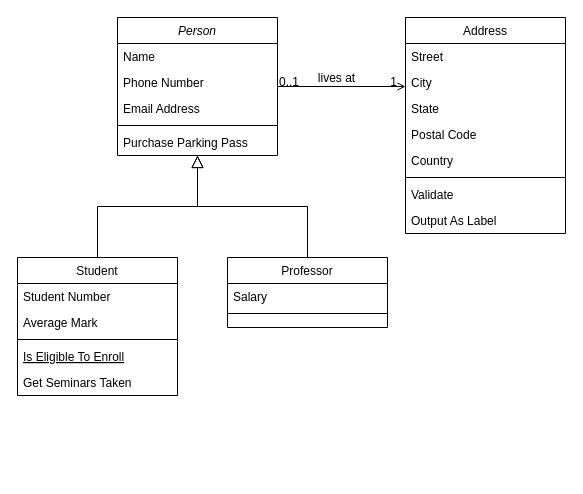
Above: class-diagram.drawio in sapire/3D-Sculpting (draw.io), before the change. Source tidied: cells renumbered, new cells numbered last; positions are measured from the earlier drawing's top-left corner, leaving out a move shared by most shapes. Both pictures are drawn from the tidied source at 100%, with x=0, y=0 at pixel (17, 17).
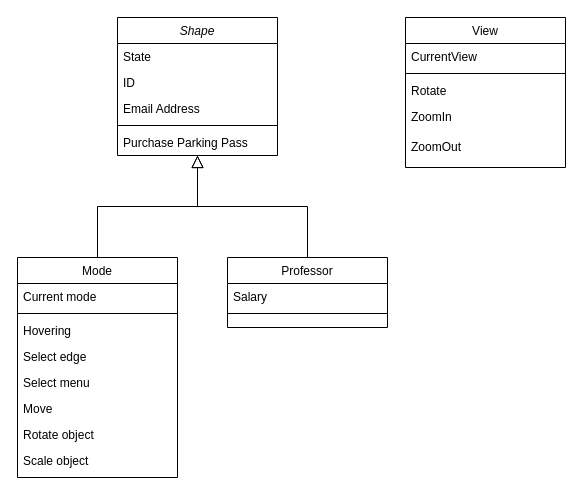
Above is the later version.

Change to the diagram source:
```diff
@@
-    <mxCell id="2" value="Person" style="swimlane;fontStyle=2;align=center;verticalAlign=top;horizontal=1;startSize=26;rounded=0;shadow=0;strokeWidth=1;" parent="1" vertex="1">
+    <mxCell id="2" value="Shape" style="swimlane;fontStyle=2;align=center;verticalAlign=top;horizontal=1;startSize=26;rounded=0;shadow=0;strokeWidth=1;" parent="1" vertex="1">
       <mxGeometry x="100" width="160" height="138" as="geometry" />
     </mxCell>
-    <mxCell id="3" value="Name" style="text;align=left;verticalAlign=top;spacingLeft=4;spacingRight=4;overflow=hidden;" parent="2" vertex="1">
+    <mxCell id="3" value="State" style="text;align=left;verticalAlign=top;spacingLeft=4;spacingRight=4;overflow=hidden;" parent="2" vertex="1">
       <mxGeometry y="26" width="160" height="26" as="geometry" />
     </mxCell>
-    <mxCell id="4" value="Phone Number" style="text;align=left;verticalAlign=top;spacingLeft=4;spacingRight=4;overflow=hidden;rounded=0;shadow=0;html=0;" parent="2" vertex="1">
+    <mxCell id="4" value="ID" style="text;align=left;verticalAlign=top;spacingLeft=4;spacingRight=4;overflow=hidden;rounded=0;shadow=0;html=0;" parent="2" vertex="1">
       <mxGeometry y="52" width="160" height="26" as="geometry" />
     </mxCell>
@@
-    <mxCell id="8" value="Student" style="swimlane;fontStyle=0;align=center;verticalAlign=top;horizontal=1;startSize=26;rounded=0;shadow=0;strokeWidth=1;" parent="1" vertex="1">
-      <mxGeometry y="240" width="160" height="138" as="geometry" />
+    <mxCell id="8" value="Mode" style="swimlane;fontStyle=0;align=center;verticalAlign=top;horizontal=1;startSize=26;rounded=0;shadow=0;strokeWidth=1;" parent="1" vertex="1">
+      <mxGeometry y="240" width="160" height="220" as="geometry" />
     </mxCell>
-    <mxCell id="9" value="Student Number" style="text;align=left;verticalAlign=top;spacingLeft=4;spacingRight=4;overflow=hidden;" parent="8" vertex="1">
+    <mxCell id="9" value="Current mode" style="text;align=left;verticalAlign=top;spacingLeft=4;spacingRight=4;overflow=hidden;" parent="8" vertex="1">
       <mxGeometry y="26" width="160" height="26" as="geometry" />
     </mxCell>
-    <mxCell id="10" value="Average Mark" style="text;align=left;verticalAlign=top;spacingLeft=4;spacingRight=4;overflow=hidden;rounded=0;shadow=0;html=0;" parent="8" vertex="1">
-      <mxGeometry y="52" width="160" height="26" as="geometry" />
-    </mxCell>
     <mxCell id="11" style="line;html=1;strokeWidth=1;align=left;verticalAlign=middle;spacingTop=-1;spacingLeft=3;spacingRight=3;labelPosition=right;" parent="8" vertex="1">
-      <mxGeometry y="78" width="160" height="8" as="geometry" />
+      <mxGeometry y="52" width="160" height="8" as="geometry" />
     </mxCell>
-    <mxCell id="12" value="Is Eligible To Enroll" style="text;align=left;verticalAlign=top;spacingLeft=4;spacingRight=4;overflow=hidden;fontStyle=4;" parent="8" vertex="1">
-      <mxGeometry y="86" width="160" height="26" as="geometry" />
-    </mxCell>
-    <mxCell id="13" value="Get Seminars Taken" style="text;align=left;verticalAlign=top;spacingLeft=4;spacingRight=4;overflow=hidden;" parent="8" vertex="1">
-      <mxGeometry y="112" width="160" height="26" as="geometry" />
+    <mxCell id="13" value="Hovering" style="text;align=left;verticalAlign=top;spacingLeft=4;spacingRight=4;overflow=hidden;" parent="8" vertex="1">
+      <mxGeometry y="60" width="160" height="26" as="geometry" />
     </mxCell>
+    <mxCell id="32" value="Select edge" style="text;align=left;verticalAlign=top;spacingLeft=4;spacingRight=4;overflow=hidden;" parent="8" vertex="1">
+      <mxGeometry y="86" width="160" height="26" as="geometry" />
+    </mxCell>
+    <mxCell id="33" value="Select menu" style="text;align=left;verticalAlign=top;spacingLeft=4;spacingRight=4;overflow=hidden;" parent="8" vertex="1">
+      <mxGeometry y="112" width="160" height="26" as="geometry" />
+    </mxCell>
+    <mxCell id="34" value="Move " style="text;align=left;verticalAlign=top;spacingLeft=4;spacingRight=4;overflow=hidden;" parent="8" vertex="1">
+      <mxGeometry y="138" width="160" height="26" as="geometry" />
+    </mxCell>
+    <mxCell id="35" value="Rotate object" style="text;align=left;verticalAlign=top;spacingLeft=4;spacingRight=4;overflow=hidden;" parent="8" vertex="1">
+      <mxGeometry y="164" width="160" height="26" as="geometry" />
+    </mxCell>
+    <mxCell id="36" value="Scale object" style="text;align=left;verticalAlign=top;spacingLeft=4;spacingRight=4;overflow=hidden;" parent="8" vertex="1">
+      <mxGeometry y="190" width="160" height="26" as="geometry" />
+    </mxCell>
@@
-    <mxCell id="19" value="Address" style="swimlane;fontStyle=0;align=center;verticalAlign=top;horizontal=1;startSize=26;rounded=0;shadow=0;strokeWidth=1;" parent="1" vertex="1">
-      <mxGeometry x="388" width="160" height="216" as="geometry" />
+    <mxCell id="19" value="View" style="swimlane;fontStyle=0;align=center;verticalAlign=top;horizontal=1;startSize=26;rounded=0;shadow=0;strokeWidth=1;" parent="1" vertex="1">
+      <mxGeometry x="388" width="160" height="150" as="geometry" />
     </mxCell>
-    <mxCell id="20" value="Street" style="text;align=left;verticalAlign=top;spacingLeft=4;spacingRight=4;overflow=hidden;" parent="19" vertex="1">
+    <mxCell id="20" value="CurrentView" style="text;align=left;verticalAlign=top;spacingLeft=4;spacingRight=4;overflow=hidden;" parent="19" vertex="1">
       <mxGeometry y="26" width="160" height="26" as="geometry" />
     </mxCell>
-    <mxCell id="21" value="City" style="text;align=left;verticalAlign=top;spacingLeft=4;spacingRight=4;overflow=hidden;rounded=0;shadow=0;html=0;" parent="19" vertex="1">
-      <mxGeometry y="52" width="160" height="26" as="geometry" />
-    </mxCell>
-    <mxCell id="22" value="State" style="text;align=left;verticalAlign=top;spacingLeft=4;spacingRight=4;overflow=hidden;rounded=0;shadow=0;html=0;" parent="19" vertex="1">
-      <mxGeometry y="78" width="160" height="26" as="geometry" />
-    </mxCell>
-    <mxCell id="23" value="Postal Code" style="text;align=left;verticalAlign=top;spacingLeft=4;spacingRight=4;overflow=hidden;rounded=0;shadow=0;html=0;" parent="19" vertex="1">
-      <mxGeometry y="104" width="160" height="26" as="geometry" />
-    </mxCell>
-    <mxCell id="24" value="Country" style="text;align=left;verticalAlign=top;spacingLeft=4;spacingRight=4;overflow=hidden;rounded=0;shadow=0;html=0;" parent="19" vertex="1">
-      <mxGeometry y="130" width="160" height="26" as="geometry" />
-    </mxCell>
     <mxCell id="25" style="line;html=1;strokeWidth=1;align=left;verticalAlign=middle;spacingTop=-1;spacingLeft=3;spacingRight=3;labelPosition=right;" parent="19" vertex="1">
-      <mxGeometry y="156" width="160" height="8" as="geometry" />
+      <mxGeometry y="52" width="160" height="8" as="geometry" />
     </mxCell>
-    <mxCell id="26" value="Validate" style="text;align=left;verticalAlign=top;spacingLeft=4;spacingRight=4;overflow=hidden;" parent="19" vertex="1">
-      <mxGeometry y="164" width="160" height="26" as="geometry" />
+    <mxCell id="26" value="Rotate" style="text;align=left;verticalAlign=top;spacingLeft=4;spacingRight=4;overflow=hidden;" parent="19" vertex="1">
+      <mxGeometry y="60" width="160" height="26" as="geometry" />
     </mxCell>
-    <mxCell id="27" value="Output As Label" style="text;align=left;verticalAlign=top;spacingLeft=4;spacingRight=4;overflow=hidden;" parent="19" vertex="1">
-      <mxGeometry y="190" width="160" height="26" as="geometry" />
+    <mxCell id="27" value="ZoomIn" style="text;align=left;verticalAlign=top;spacingLeft=4;spacingRight=4;overflow=hidden;" parent="19" vertex="1">
+      <mxGeometry y="86" width="160" height="30" as="geometry" />
     </mxCell>
-    <mxCell id="28" style="endArrow=open;shadow=0;strokeWidth=1;rounded=0;endFill=1;edgeStyle=elbowEdgeStyle;elbow=vertical;" parent="1" edge="1" source="2" target="19">
-      <mxGeometry x="0.5" y="41" relative="1" as="geometry">
-        <mxPoint x="-40" y="32" as="offset" />
-      </mxGeometry>
-    </mxCell>
-    <mxCell id="29" value="0..1" style="align=left;verticalAlign=bottom;labelBackgroundColor=none;fontSize=12;" parent="28" vertex="1">
-      <mxGeometry x="-1" relative="1" as="geometry">
-        <mxPoint y="4" as="offset" />
-      </mxGeometry>
-    </mxCell>
-    <mxCell id="30" value="1" style="align=right;verticalAlign=bottom;labelBackgroundColor=none;fontSize=12;" parent="28" vertex="1">
-      <mxGeometry x="1" relative="1" as="geometry">
-        <mxPoint x="-7" y="4" as="offset" />
-      </mxGeometry>
-    </mxCell>
-    <mxCell id="31" value="lives at" style="text;html=1;align=center;verticalAlign=middle;labelBackgroundColor=none;rounded=0;shadow=0;strokeWidth=1;fontSize=12;" parent="28" vertex="1">
-      <mxGeometry x="0.5" y="49" relative="1" as="geometry">
-        <mxPoint x="-38" y="40" as="offset" />
-      </mxGeometry>
-    </mxCell>
+    <mxCell id="37" value="ZoomOut" style="text;align=left;verticalAlign=top;spacingLeft=4;spacingRight=4;overflow=hidden;" parent="19" vertex="1">
+      <mxGeometry y="116" width="160" height="26" as="geometry" />
+    </mxCell>
```
